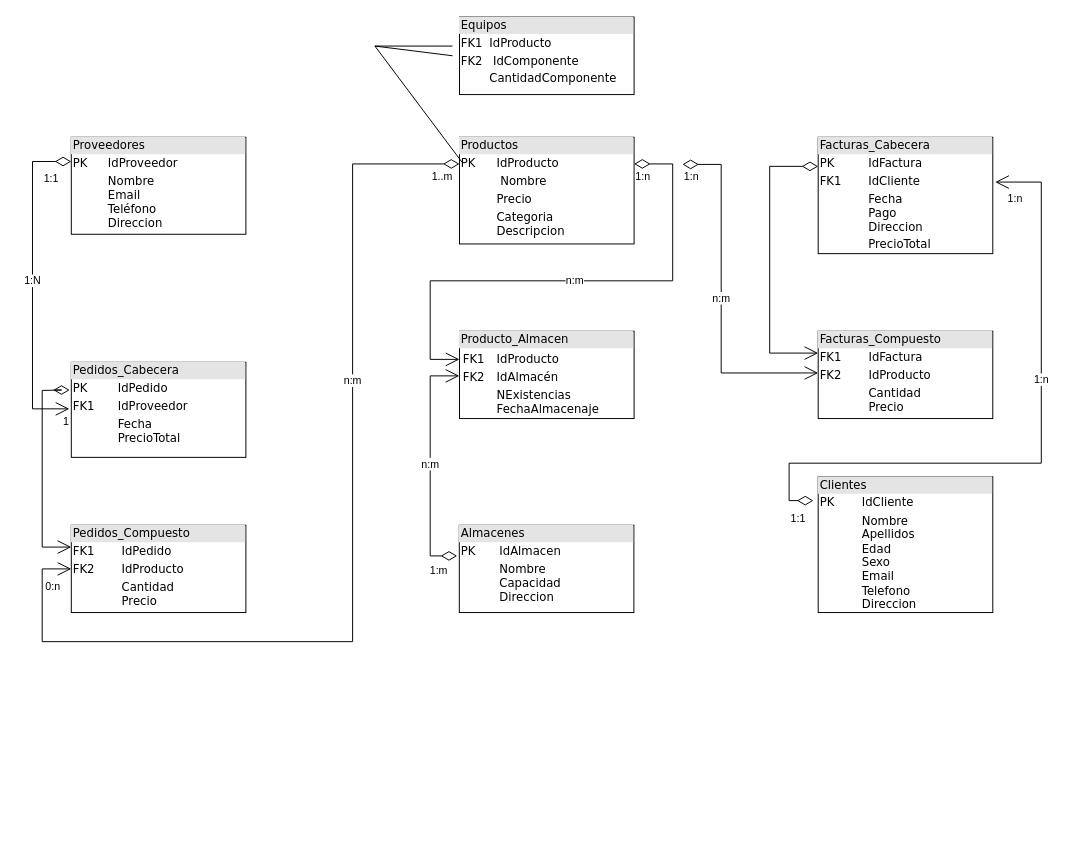
huertin03/ERP-HardSpot keeps this draw.io diagram as ModeloIdentidadRelacionUML.drawio. Above is the earlier version. Source tidied: cells renumbered, new cells numbered last; positions are measured from the earlier drawing's top-left corner, leaving out a move shared by most shapes. Both pictures are drawn from the tidied source at 97%, with x=0, y=0 at pixel (32, 16).
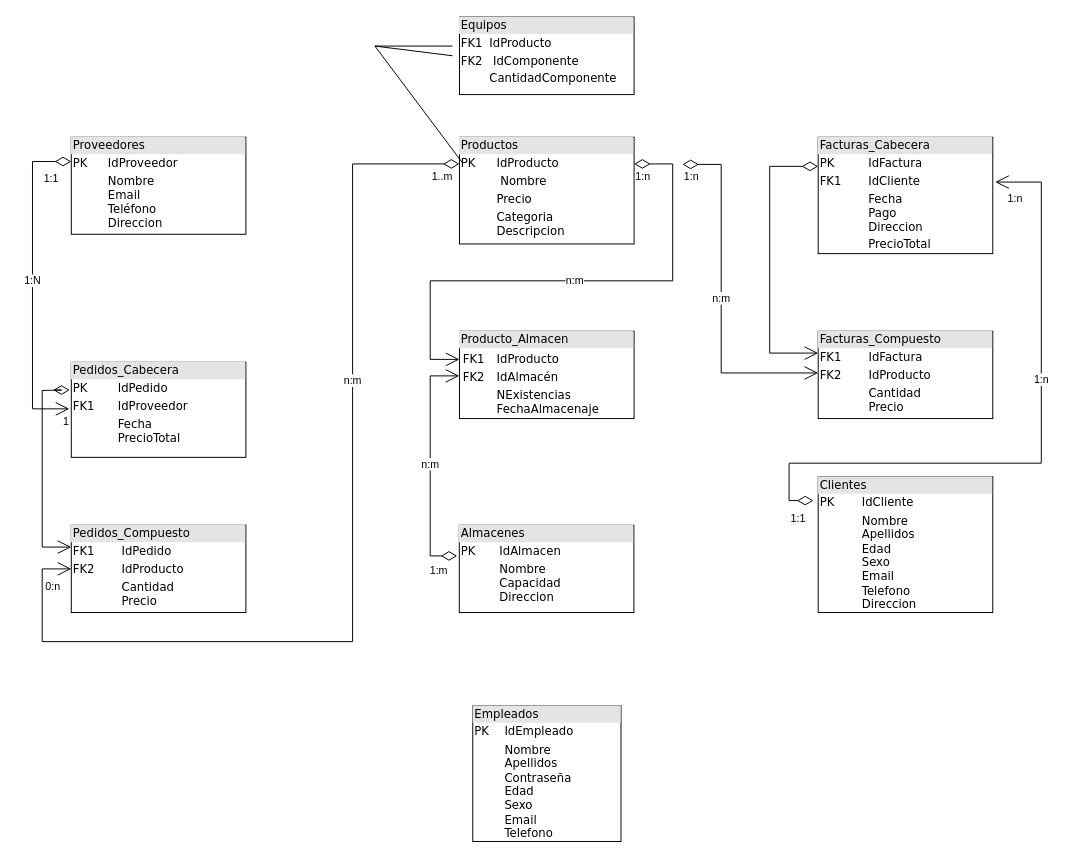
After the change.

What changed in the source:
```diff
@@
+    <mxCell id="32" value="&lt;div style=&quot;box-sizing: border-box ; width: 100% ; background: #e4e4e4 ; padding: 2px&quot;&gt;Empleados&lt;/div&gt;&lt;table style=&quot;width: 100% ; font-size: 1em&quot; cellpadding=&quot;2&quot; cellspacing=&quot;0&quot;&gt;&lt;tbody&gt;&lt;tr&gt;&lt;td&gt;PK&lt;/td&gt;&lt;td&gt;IdEmpleado&lt;/td&gt;&lt;/tr&gt;&lt;tr&gt;&lt;td&gt;&lt;br&gt;&lt;/td&gt;&lt;td&gt;Nombre&lt;br&gt;Apellidos&lt;br&gt;Contraseña&lt;br&gt;Edad&lt;br&gt;Sexo&lt;br&gt;Email&lt;br&gt;Telefono&lt;br&gt;&lt;br&gt;&lt;/td&gt;&lt;/tr&gt;&lt;/tbody&gt;&lt;/table&gt;" style="verticalAlign=top;align=left;overflow=fill;html=1;rounded=0;shadow=0;comic=0;labelBackgroundColor=none;strokeWidth=1;fontFamily=Verdana;fontSize=12;" parent="1" vertex="1">
+      <mxGeometry x="453.9" y="710" width="152.8" height="140" as="geometry" />
+    </mxCell>
```
